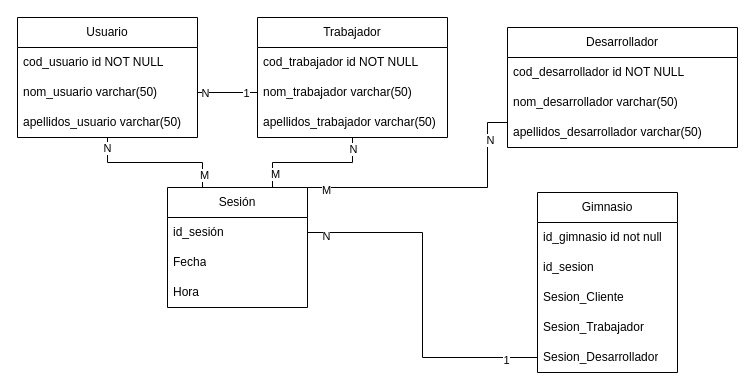
This is Diagrama Relacional.drawio from HuBaMarin/projDespliegue, a draw.io file, before an edit. Source tidied: cells renumbered, new cells numbered last; positions are measured from the earlier drawing's top-left corner, leaving out a move shared by most shapes. Both pictures are drawn from the tidied source at 100%, with x=0, y=0 at pixel (17, 17).
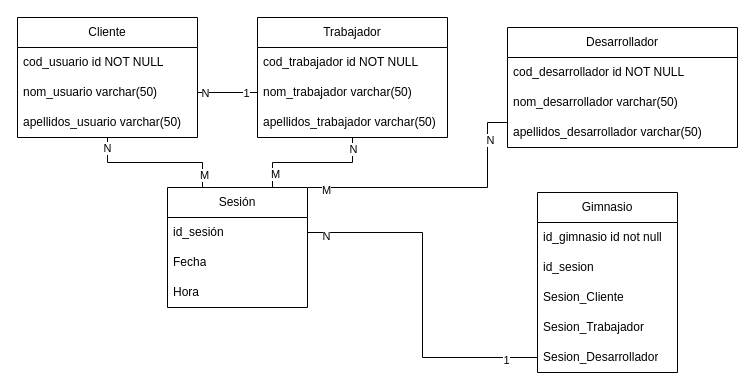
After the change.

Diff of the diagram source:
```diff
@@
-    <mxCell id="5" value="Usuario" style="swimlane;fontStyle=0;horizontal=1;startSize=30;whiteSpace=wrap;html=1;" parent="1" vertex="1">
+    <mxCell id="5" value="Cliente" style="swimlane;fontStyle=0;horizontal=1;startSize=30;whiteSpace=wrap;html=1;" parent="1" vertex="1">
       <mxGeometry width="180" height="120" as="geometry" />
     </mxCell>
```
